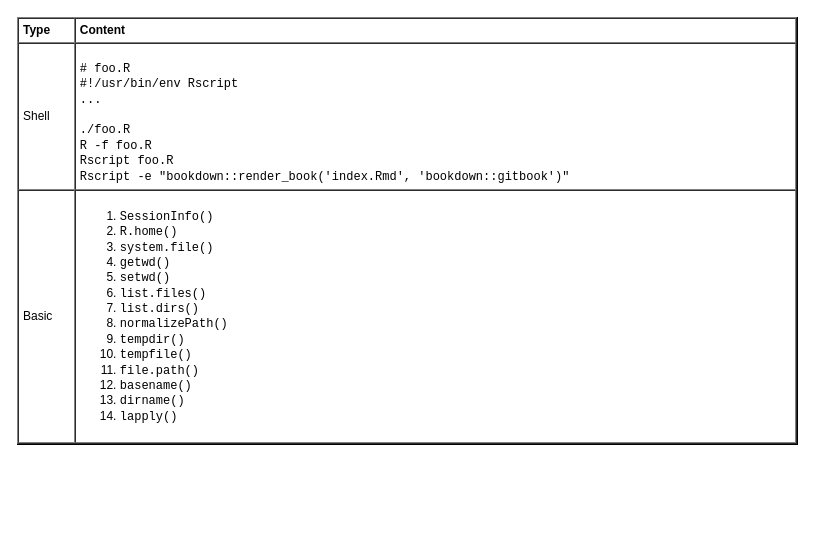
Earlier version of the draw.io diagram page "Syntax" (5 of 6) of languages/R/R.drawio (yangdj/tf_docs). Source tidied: cells renumbered, new cells numbered last; positions are measured from the earlier drawing's top-left corner, leaving out a move shared by most shapes. Both pictures are drawn from the tidied source at 100%, with x=0, y=0 at pixel (17, 17).
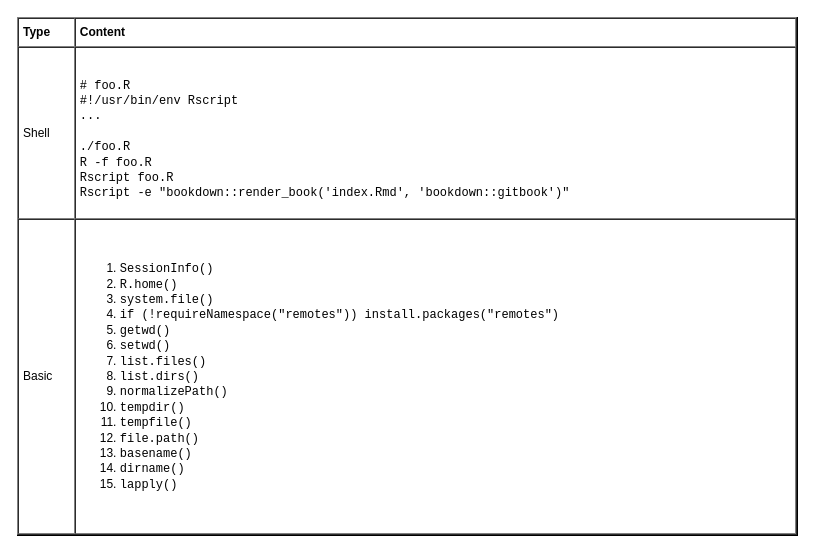
The same page after the edit.

The edit, as a diff of the source:
```diff
@@
 <mxGraphModel>
   <root>
     <mxCell id="0" />
     <mxCell id="1" parent="0" />
-    <mxCell id="2" value="&lt;table cellpadding=&quot;4&quot; cellspacing=&quot;0&quot; border=&quot;1&quot; style=&quot;font-size: 1em ; width: 100% ; height: 100%&quot;&gt;&lt;tbody&gt;&lt;tr&gt;&lt;th&gt;Type&lt;/th&gt;&lt;th&gt;Content&lt;/th&gt;&lt;/tr&gt;&lt;tr&gt;&lt;td&gt;Shell&lt;/td&gt;&lt;td&gt;&lt;p&gt;&lt;/p&gt;&lt;font face=&quot;Courier New&quot;&gt;# foo.R&lt;br&gt;#!/usr/bin/env Rscript&lt;br&gt;...&lt;br&gt;&lt;br&gt;./foo.R&lt;br&gt;R -f foo.R&lt;br&gt;Rscript foo.R&lt;br&gt;Rscript -e &quot;bookdown::render_book('index.Rmd', 'bookdown::gitbook')&quot;&lt;br&gt;&lt;/font&gt;&lt;/td&gt;&lt;/tr&gt;&lt;tr&gt;&lt;td&gt;Basic&lt;/td&gt;&lt;td&gt;&lt;ol&gt;&lt;li&gt;&lt;font face=&quot;Courier New&quot;&gt;SessionInfo()&lt;/font&gt;&lt;/li&gt;&lt;li&gt;&lt;font face=&quot;Courier New&quot;&gt;R.home()&lt;/font&gt;&lt;/li&gt;&lt;li&gt;&lt;font face=&quot;Courier New&quot;&gt;system.file()&lt;/font&gt;&lt;/li&gt;&lt;li&gt;&lt;font face=&quot;Courier New&quot;&gt;getwd()&lt;/font&gt;&lt;/li&gt;&lt;li&gt;&lt;font face=&quot;Courier New&quot;&gt;setwd()&lt;/font&gt;&lt;/li&gt;&lt;li&gt;&lt;font face=&quot;Courier New&quot;&gt;list.files()&lt;/font&gt;&lt;/li&gt;&lt;li&gt;&lt;font face=&quot;Courier New&quot;&gt;list.dirs()&lt;/font&gt;&lt;/li&gt;&lt;li&gt;&lt;font face=&quot;Courier New&quot;&gt;normalizePath()&lt;/font&gt;&lt;/li&gt;&lt;li&gt;&lt;font face=&quot;Courier New&quot;&gt;tempdir()&lt;/font&gt;&lt;/li&gt;&lt;li&gt;&lt;font face=&quot;Courier New&quot;&gt;tempfile()&lt;/font&gt;&lt;/li&gt;&lt;li&gt;&lt;font face=&quot;Courier New&quot;&gt;file.path()&lt;/font&gt;&lt;/li&gt;&lt;li&gt;&lt;font face=&quot;Courier New&quot;&gt;basename()&lt;/font&gt;&lt;/li&gt;&lt;li&gt;&lt;font face=&quot;Courier New&quot;&gt;dirname()&lt;/font&gt;&lt;/li&gt;&lt;li&gt;&lt;font face=&quot;Courier New&quot;&gt;lapply()&lt;/font&gt;&lt;/li&gt;&lt;/ol&gt;&lt;/td&gt;&lt;/tr&gt;&lt;/tbody&gt;&lt;/table&gt; " style="verticalAlign=top;align=left;overflow=fill;fontSize=12;fontFamily=Helvetica;html=1;fillColor=none;" parent="1" vertex="1">
-      <mxGeometry width="780" height="427" as="geometry" />
+    <mxCell id="2" value="&lt;table cellpadding=&quot;4&quot; cellspacing=&quot;0&quot; border=&quot;1&quot; style=&quot;font-size: 1em ; width: 100% ; height: 100%&quot;&gt;&lt;tbody&gt;&lt;tr&gt;&lt;th&gt;Type&lt;/th&gt;&lt;th&gt;Content&lt;/th&gt;&lt;/tr&gt;&lt;tr&gt;&lt;td&gt;Shell&lt;/td&gt;&lt;td&gt;&lt;p&gt;&lt;/p&gt;&lt;font face=&quot;Courier New&quot;&gt;# foo.R&lt;br&gt;#!/usr/bin/env Rscript&lt;br&gt;...&lt;br&gt;&lt;br&gt;./foo.R&lt;br&gt;R -f foo.R&lt;br&gt;Rscript foo.R&lt;br&gt;Rscript -e &quot;bookdown::render_book('index.Rmd', 'bookdown::gitbook')&quot;&lt;br&gt;&lt;/font&gt;&lt;/td&gt;&lt;/tr&gt;&lt;tr&gt;&lt;td&gt;Basic&lt;/td&gt;&lt;td&gt;&lt;ol&gt;&lt;li&gt;&lt;font face=&quot;Courier New&quot;&gt;SessionInfo()&lt;/font&gt;&lt;/li&gt;&lt;li&gt;&lt;font face=&quot;Courier New&quot;&gt;R.home()&lt;/font&gt;&lt;/li&gt;&lt;li&gt;&lt;font face=&quot;Courier New&quot;&gt;system.file()&lt;/font&gt;&lt;/li&gt;&lt;li&gt;&lt;font face=&quot;Courier New&quot;&gt;if (!requireNamespace(&quot;remotes&quot;))&amp;nbsp;install.packages(&quot;remotes&quot;)&lt;/font&gt;&lt;/li&gt;&lt;li&gt;&lt;font face=&quot;Courier New&quot;&gt;getwd()&lt;/font&gt;&lt;/li&gt;&lt;li&gt;&lt;font face=&quot;Courier New&quot;&gt;setwd()&lt;/font&gt;&lt;/li&gt;&lt;li&gt;&lt;font face=&quot;Courier New&quot;&gt;list.files()&lt;/font&gt;&lt;/li&gt;&lt;li&gt;&lt;font face=&quot;Courier New&quot;&gt;list.dirs()&lt;/font&gt;&lt;/li&gt;&lt;li&gt;&lt;font face=&quot;Courier New&quot;&gt;normalizePath()&lt;/font&gt;&lt;/li&gt;&lt;li&gt;&lt;font face=&quot;Courier New&quot;&gt;tempdir()&lt;/font&gt;&lt;/li&gt;&lt;li&gt;&lt;font face=&quot;Courier New&quot;&gt;tempfile()&lt;/font&gt;&lt;/li&gt;&lt;li&gt;&lt;font face=&quot;Courier New&quot;&gt;file.path()&lt;/font&gt;&lt;/li&gt;&lt;li&gt;&lt;font face=&quot;Courier New&quot;&gt;basename()&lt;/font&gt;&lt;/li&gt;&lt;li&gt;&lt;font face=&quot;Courier New&quot;&gt;dirname()&lt;/font&gt;&lt;/li&gt;&lt;li&gt;&lt;font face=&quot;Courier New&quot;&gt;lapply()&lt;/font&gt;&lt;/li&gt;&lt;/ol&gt;&lt;/td&gt;&lt;/tr&gt;&lt;/tbody&gt;&lt;/table&gt; " style="verticalAlign=top;align=left;overflow=fill;fontSize=12;fontFamily=Helvetica;html=1;fillColor=none;" parent="1" vertex="1">
+      <mxGeometry width="780" height="518" as="geometry" />
     </mxCell>
   </root>
 </mxGraphModel>
```
